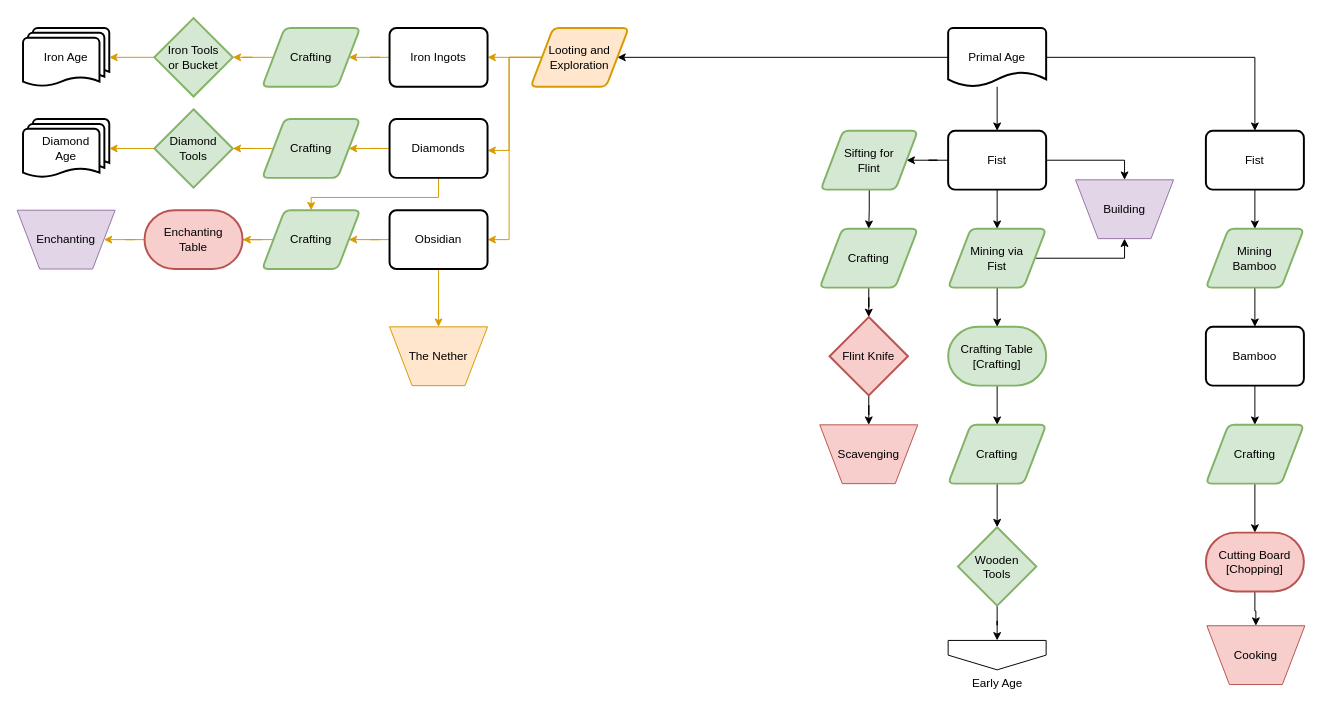
Above: page "Primal Age" (3 of 7) of flowcharts/progression.drawio in MeepishRealms/Cog (draw.io), before the change. Source tidied: cells renumbered, new cells numbered last; positions are measured from the earlier drawing's top-left corner, leaving out a move shared by most shapes. Both pictures are drawn from the tidied source at 98%, with x=0, y=0 at pixel (17, 18).
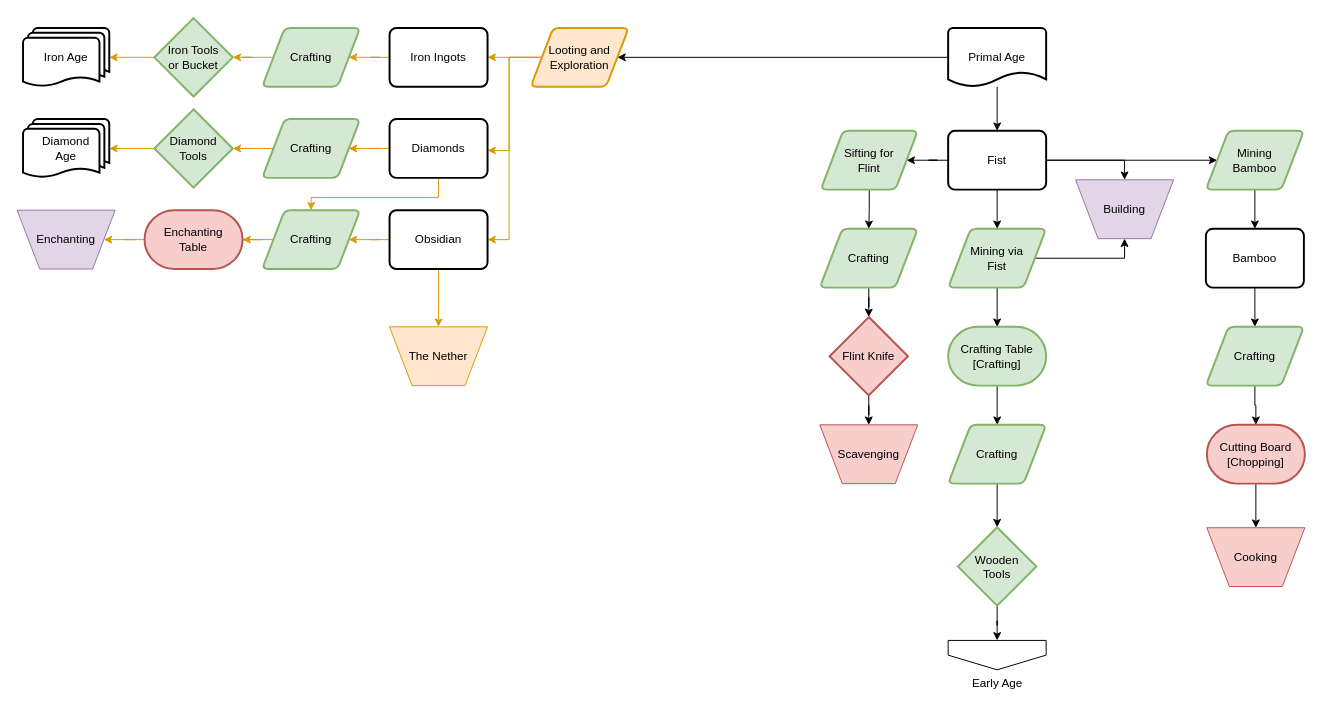
The same diagram, later.

Unchanged cells that the change refers to:
```xml
<mxCell id="5" value="Fist" style="rounded=1;whiteSpace=wrap;html=1;absoluteArcSize=1;arcSize=14;strokeWidth=2;" parent="1" vertex="1">
  <mxGeometry x="950" y="115" width="100" height="60" as="geometry" />
</mxCell>
<mxCell id="9" value="Primal Age" style="strokeWidth=2;html=1;shape=mxgraph.flowchart.document2;whiteSpace=wrap;size=0.25;" parent="1" vertex="1">
  <mxGeometry x="950" y="10" width="100" height="60" as="geometry" />
</mxCell>
```

The edit, as a diff of the source:
```diff
@@
+    <mxCell id="68" style="edgeStyle=orthogonalEdgeStyle;rounded=0;jettySize=auto;html=1;exitX=1;exitY=0.5;exitDx=0;exitDy=0;" parent="1" edge="1" source="5" target="64">
+      <mxGeometry relative="1" as="geometry" />
+    </mxCell>
@@
-    <mxCell id="8" style="edgeStyle=orthogonalEdgeStyle;rounded=0;jettySize=auto;html=1;exitX=1;exitY=0.5;exitDx=0;exitDy=0;exitPerimeter=0;" parent="1" edge="1" source="9" target="62">
-      <mxGeometry relative="1" as="geometry" />
-    </mxCell>
@@
     <mxCell id="58" value="Bamboo" style="rounded=1;whiteSpace=wrap;html=1;absoluteArcSize=1;arcSize=14;strokeWidth=2;" parent="1" vertex="1">
-      <mxGeometry x="1213" y="315" width="100" height="60" as="geometry" />
+      <mxGeometry x="1213" y="215" width="100" height="60" as="geometry" />
     </mxCell>
@@
     <mxCell id="60" value="Crafting" style="shape=parallelogram;html=1;strokeWidth=2;perimeter=parallelogramPerimeter;whiteSpace=wrap;rounded=1;arcSize=12;size=0.23;fillColor=#d5e8d4;strokeColor=#82b366;" parent="1" vertex="1">
-      <mxGeometry x="1213" y="415" width="100" height="60" as="geometry" />
+      <mxGeometry x="1213" y="315" width="100" height="60" as="geometry" />
     </mxCell>
-    <mxCell id="61" style="edgeStyle=orthogonalEdgeStyle;rounded=0;jettySize=auto;html=1;exitX=0.5;exitY=1;exitDx=0;exitDy=0;" parent="1" edge="1" source="62" target="64">
-      <mxGeometry relative="1" as="geometry" />
-    </mxCell>
-    <mxCell id="62" value="Fist" style="rounded=1;whiteSpace=wrap;html=1;absoluteArcSize=1;arcSize=14;strokeWidth=2;" parent="1" vertex="1">
-      <mxGeometry x="1213" y="115" width="100" height="60" as="geometry" />
-    </mxCell>
@@
     <mxCell id="64" value="Mining&lt;br&gt;Bamboo" style="shape=parallelogram;html=1;strokeWidth=2;perimeter=parallelogramPerimeter;whiteSpace=wrap;rounded=1;arcSize=12;size=0.23;fillColor=#d5e8d4;strokeColor=#82b366;" parent="1" vertex="1">
-      <mxGeometry x="1213" y="215" width="100" height="60" as="geometry" />
+      <mxGeometry x="1213" y="115" width="100" height="60" as="geometry" />
     </mxCell>
@@
     <mxCell id="66" value="Cutting Board&lt;br&gt;[Chopping]" style="strokeWidth=2;html=1;shape=mxgraph.flowchart.terminator;whiteSpace=wrap;fillColor=#f8cecc;strokeColor=#b85450;" parent="1" vertex="1">
-      <mxGeometry x="1213" y="525" width="100" height="60" as="geometry" />
+      <mxGeometry x="1214" y="415" width="100" height="60" as="geometry" />
     </mxCell>
     <mxCell id="67" value="Cooking" style="verticalLabelPosition=middle;verticalAlign=middle;html=1;shape=trapezoid;perimeter=trapezoidPerimeter;whiteSpace=wrap;size=0.23;arcSize=10;flipV=1;labelPosition=center;align=center;fillColor=#f8cecc;strokeColor=#b85450;" parent="1" vertex="1">
-      <mxGeometry x="1214" y="620" width="100" height="60" as="geometry" />
+      <mxGeometry x="1214" y="520" width="100" height="60" as="geometry" />
     </mxCell>
```
